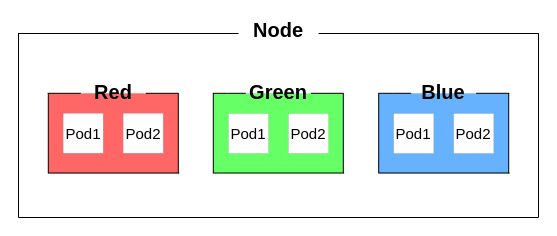
The draw.io diagram page "Namespace" (1 of 2) of kubernetes.drawio in realten/draw.io, before the edit. Source tidied: cells renumbered, new cells numbered last; positions are measured from the earlier drawing's top-left corner, leaving out a move shared by most shapes. Both pictures are drawn from the tidied source at 100%, with x=0, y=0 at pixel (18, 33).
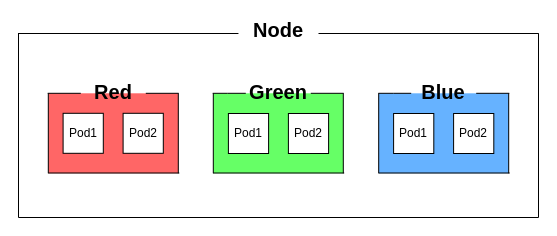
The same page after the edit.

Change to the diagram source:
```diff
@@
-    <mxCell id="27" value="Pod1" style="rounded=0;whiteSpace=wrap;html=1;glass=0;labelBackgroundColor=none;fontFamily=맑은 고딕;fontSize=15;fontColor=#000000;strokeColor=#000000;strokeWidth=0;fillColor=#FFFFFF;" parent="1" vertex="1">
+    <mxCell id="27" value="Pod1" style="rounded=0;whiteSpace=wrap;html=1;glass=0;labelBackgroundColor=none;fontFamily=맑은 고딕;fontSize=12;fontColor=#000000;strokeColor=#000000;strokeWidth=1;fillColor=#FFFFFF;" parent="1" vertex="1">
       <mxGeometry x="44.6" y="79.8" width="40.2" height="40" as="geometry" />
     </mxCell>
-    <mxCell id="28" value="Pod2" style="rounded=0;whiteSpace=wrap;html=1;glass=0;labelBackgroundColor=none;fontFamily=맑은 고딕;fontSize=15;fontColor=#000000;strokeColor=#000000;strokeWidth=0;fillColor=#FFFFFF;" parent="1" vertex="1">
+    <mxCell id="28" value="Pod2" style="rounded=0;whiteSpace=wrap;html=1;glass=0;labelBackgroundColor=none;fontFamily=맑은 고딕;fontSize=12;fontColor=#000000;strokeColor=#000000;strokeWidth=1;fillColor=#FFFFFF;" parent="1" vertex="1">
       <mxGeometry x="104.6" y="79.8" width="40.2" height="40" as="geometry" />
     </mxCell>
-    <mxCell id="29" value="Pod1" style="rounded=0;whiteSpace=wrap;html=1;glass=0;labelBackgroundColor=none;fontFamily=맑은 고딕;fontSize=15;fontColor=#000000;strokeColor=#000000;strokeWidth=0;fillColor=#FFFFFF;" parent="1" vertex="1">
+    <mxCell id="29" value="Pod1" style="rounded=0;whiteSpace=wrap;html=1;glass=0;labelBackgroundColor=none;fontFamily=맑은 고딕;fontSize=12;fontColor=#000000;strokeColor=#000000;strokeWidth=1;fillColor=#FFFFFF;" parent="1" vertex="1">
       <mxGeometry x="209.9" y="80" width="40.2" height="40" as="geometry" />
     </mxCell>
-    <mxCell id="30" value="Pod2" style="rounded=0;whiteSpace=wrap;html=1;glass=0;labelBackgroundColor=none;fontFamily=맑은 고딕;fontSize=15;fontColor=#000000;strokeColor=#000000;strokeWidth=0;fillColor=#FFFFFF;" parent="1" vertex="1">
+    <mxCell id="30" value="Pod2" style="rounded=0;whiteSpace=wrap;html=1;glass=0;labelBackgroundColor=none;fontFamily=맑은 고딕;fontSize=12;fontColor=#000000;strokeColor=#000000;strokeWidth=1;fillColor=#FFFFFF;" parent="1" vertex="1">
       <mxGeometry x="269.9" y="80" width="40.2" height="40" as="geometry" />
     </mxCell>
-    <mxCell id="31" value="Pod1" style="rounded=0;whiteSpace=wrap;html=1;glass=0;labelBackgroundColor=none;fontFamily=맑은 고딕;fontSize=15;fontColor=#000000;strokeColor=#000000;strokeWidth=0;fillColor=#FFFFFF;" parent="1" vertex="1">
+    <mxCell id="31" value="Pod1" style="rounded=0;whiteSpace=wrap;html=1;glass=0;labelBackgroundColor=none;fontFamily=맑은 고딕;fontSize=12;fontColor=#000000;strokeColor=#000000;strokeWidth=1;fillColor=#FFFFFF;" parent="1" vertex="1">
       <mxGeometry x="375.1" y="80" width="40.2" height="40" as="geometry" />
     </mxCell>
-    <mxCell id="32" value="Pod2" style="rounded=0;whiteSpace=wrap;html=1;glass=0;labelBackgroundColor=none;fontFamily=맑은 고딕;fontSize=15;fontColor=#000000;strokeColor=#000000;strokeWidth=0;fillColor=#FFFFFF;" parent="1" vertex="1">
+    <mxCell id="32" value="Pod2" style="rounded=0;whiteSpace=wrap;html=1;glass=0;labelBackgroundColor=none;fontFamily=맑은 고딕;fontSize=12;fontColor=#000000;strokeColor=#000000;strokeWidth=1;fillColor=#FFFFFF;" parent="1" vertex="1">
       <mxGeometry x="435.1" y="80" width="40.2" height="40" as="geometry" />
     </mxCell>
```
